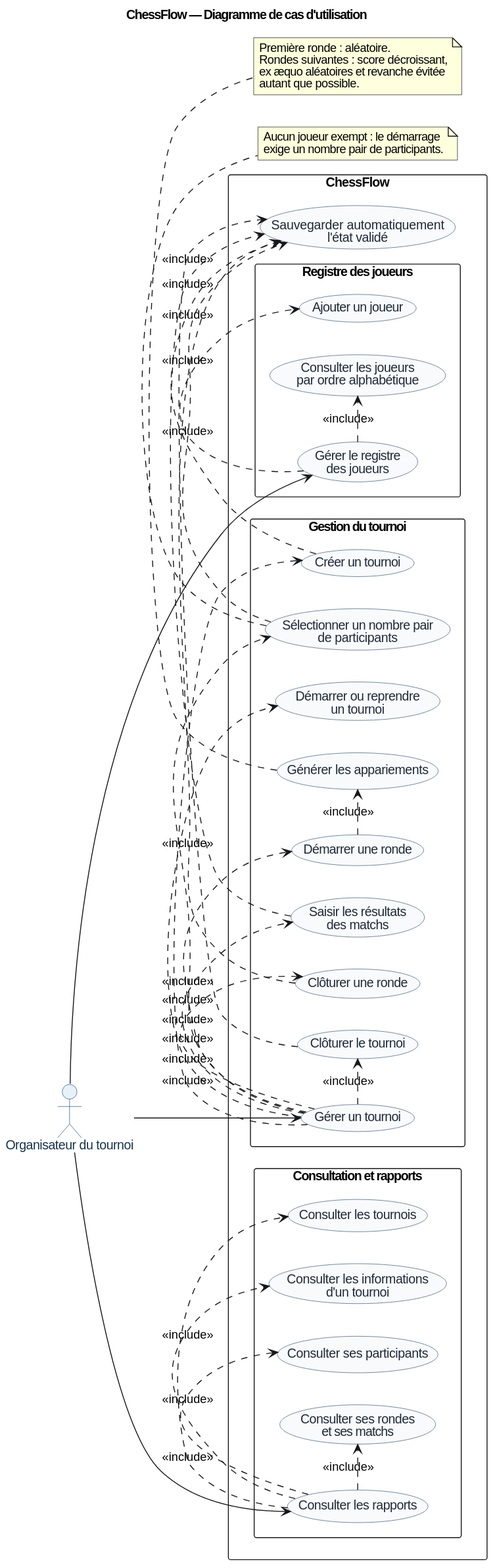
This is documentation/03-conception/diagrammes/exports/cas-utilisation-chessflow.svg from fabienhummel/OC-PY04-chessflow, a PlantUML export, as it was before one commit. Its source is kept beside it as documentation/03-conception/diagrammes/sources/cas-utilisation-chessflow.puml. The source it was exported from:
```plantuml
@startuml
title ChessFlow — Diagramme de cas d'utilisation

left to right direction
skinparam backgroundColor #FFFFFF
skinparam shadowing false
skinparam packageStyle rectangle
skinparam defaultFontName Arial
skinparam actor {
  BackgroundColor #E8F1FA
  BorderColor #24527A
  FontColor #17324D
}
skinparam usecase {
  BackgroundColor #F8FAFC
  BorderColor #3D5A73
  FontColor #1F2937
}

actor "Organisateur du tournoi" as Organizer

rectangle "ChessFlow" {
  package "Registre des joueurs" {
    usecase "Gérer le registre\ndes joueurs" as UC_ManagePlayers
    usecase "Ajouter un joueur" as UC_AddPlayer
    usecase "Consulter les joueurs\npar ordre alphabétique" as UC_ListPlayers
  }

  package "Gestion du tournoi" {
    usecase "Gérer un tournoi" as UC_ManageTournament
    usecase "Créer un tournoi" as UC_CreateTournament
    usecase "Sélectionner un nombre pair\nde participants" as UC_SelectPlayers
    usecase "Démarrer ou reprendre\nun tournoi" as UC_StartResume
    usecase "Démarrer une ronde" as UC_StartRound
    usecase "Générer les appariements" as UC_Pairings
    usecase "Saisir les résultats\ndes matchs" as UC_Results
    usecase "Clôturer une ronde" as UC_CloseRound
    usecase "Clôturer le tournoi" as UC_CloseTournament
  }

  package "Consultation et rapports" {
    usecase "Consulter les rapports" as UC_Reports
    usecase "Consulter les tournois" as UC_ListTournaments
    usecase "Consulter les informations\nd'un tournoi" as UC_TournamentDetails
    usecase "Consulter ses participants" as UC_TournamentPlayers
    usecase "Consulter ses rondes\net ses matchs" as UC_RoundsMatches
  }

  usecase "Sauvegarder automatiquement\nl'état validé" as UC_Save
}

Organizer --> UC_ManagePlayers
Organizer --> UC_ManageTournament
Organizer --> UC_Reports

UC_ManagePlayers .> UC_AddPlayer : <<include>>
UC_ManagePlayers .> UC_ListPlayers : <<include>>
UC_ManageTournament .> UC_CreateTournament : <<include>>
UC_ManageTournament .> UC_SelectPlayers : <<include>>
UC_ManageTournament .> UC_StartResume : <<include>>
UC_ManageTournament .> UC_StartRound : <<include>>
UC_ManageTournament .> UC_Results : <<include>>
UC_ManageTournament .> UC_CloseRound : <<include>>
UC_ManageTournament .> UC_CloseTournament : <<include>>
UC_Reports .> UC_ListTournaments : <<include>>
UC_Reports .> UC_TournamentDetails : <<include>>
UC_Reports .> UC_TournamentPlayers : <<include>>
UC_Reports .> UC_RoundsMatches : <<include>>

UC_StartRound .> UC_Pairings : <<include>>
UC_CreateTournament .> UC_Save : <<include>>
UC_SelectPlayers .> UC_Save : <<include>>
UC_Results .> UC_Save : <<include>>
UC_CloseRound .> UC_Save : <<include>>
UC_CloseTournament .> UC_Save : <<include>>

note bottom of UC_SelectPlayers
  Aucun joueur exempt : le démarrage
  exige un nombre pair de participants.
end note

note bottom of UC_Pairings
  Première ronde : aléatoire.
  Rondes suivantes : score décroissant,
  ex æquo aléatoires et revanche évitée
  autant que possible.
end note
@enduml
```
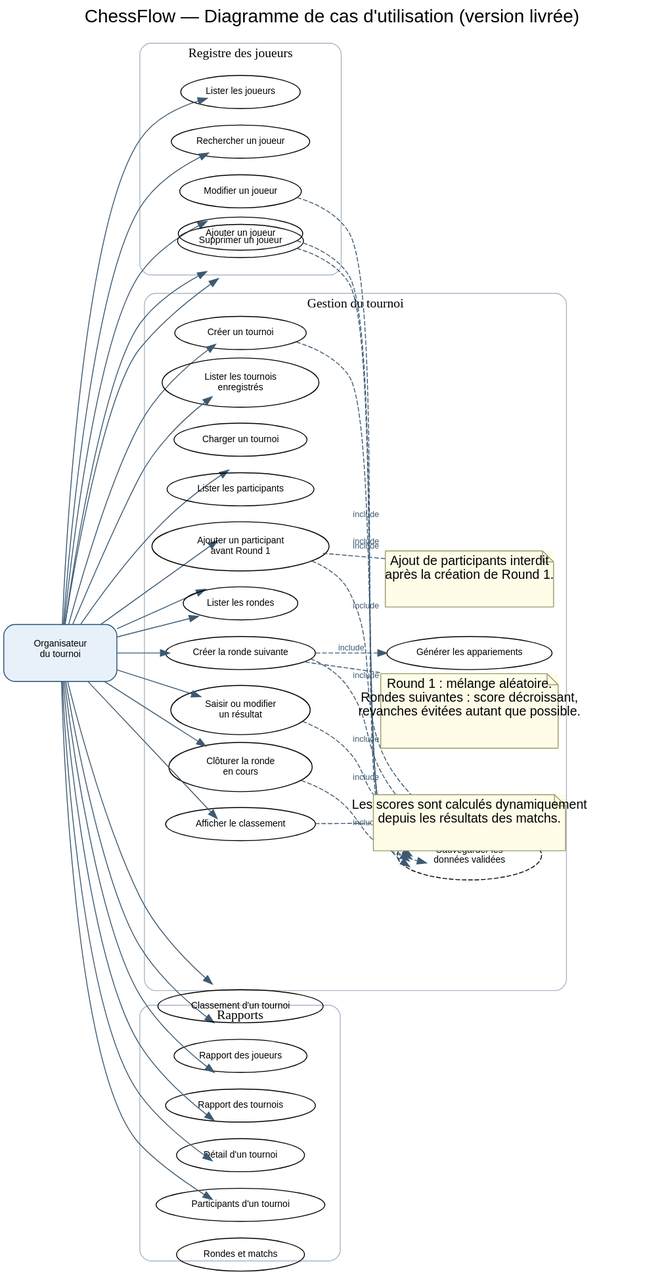
After the change.

What changed in the source:
```diff
@@ -1,5 +1,5 @@
 @startuml
-title ChessFlow — Diagramme de cas d'utilisation
+title ChessFlow — Diagramme de cas d'utilisation (version livrée)
 
 left to right direction
 skinparam backgroundColor #FFFFFF
@@ -21,68 +21,88 @@
 
 rectangle "ChessFlow" {
   package "Registre des joueurs" {
-    usecase "Gérer le registre\ndes joueurs" as UC_ManagePlayers
     usecase "Ajouter un joueur" as UC_AddPlayer
-    usecase "Consulter les joueurs\npar ordre alphabétique" as UC_ListPlayers
+    usecase "Lister les joueurs" as UC_ListPlayers
+    usecase "Rechercher un joueur" as UC_SearchPlayer
+    usecase "Modifier un joueur" as UC_EditPlayer
+    usecase "Supprimer un joueur" as UC_DeletePlayer
   }
 
   package "Gestion du tournoi" {
-    usecase "Gérer un tournoi" as UC_ManageTournament
     usecase "Créer un tournoi" as UC_CreateTournament
-    usecase "Sélectionner un nombre pair\nde participants" as UC_SelectPlayers
-    usecase "Démarrer ou reprendre\nun tournoi" as UC_StartResume
-    usecase "Démarrer une ronde" as UC_StartRound
+    usecase "Lister les tournois\nenregistrés" as UC_ListTournamentFiles
+    usecase "Charger un tournoi" as UC_LoadTournament
+    usecase "Lister les participants" as UC_ListTournamentPlayers
+    usecase "Ajouter un participant\navant Round 1" as UC_AddTournamentPlayer
+    usecase "Lister les rondes" as UC_ListRounds
+    usecase "Créer la ronde suivante" as UC_CreateRound
     usecase "Générer les appariements" as UC_Pairings
-    usecase "Saisir les résultats\ndes matchs" as UC_Results
-    usecase "Clôturer une ronde" as UC_CloseRound
-    usecase "Clôturer le tournoi" as UC_CloseTournament
+    usecase "Saisir ou modifier\nun résultat" as UC_Results
+    usecase "Clôturer la ronde\nen cours" as UC_CloseRound
+    usecase "Afficher le classement" as UC_Ranking
   }
 
-  package "Consultation et rapports" {
-    usecase "Consulter les rapports" as UC_Reports
-    usecase "Consulter les tournois" as UC_ListTournaments
-    usecase "Consulter les informations\nd'un tournoi" as UC_TournamentDetails
-    usecase "Consulter ses participants" as UC_TournamentPlayers
-    usecase "Consulter ses rondes\net ses matchs" as UC_RoundsMatches
+  package "Rapports" {
+    usecase "Rapport des joueurs" as UC_ReportPlayers
+    usecase "Rapport des tournois" as UC_ReportTournaments
+    usecase "Détail d'un tournoi" as UC_ReportDetails
+    usecase "Participants d'un tournoi" as UC_ReportTournamentPlayers
+    usecase "Rondes et matchs" as UC_ReportRounds
+    usecase "Classement d'un tournoi" as UC_ReportRanking
   }
 
-  usecase "Sauvegarder automatiquement\nl'état validé" as UC_Save
+  usecase "Sauvegarder les\ndonnées validées" as UC_Save
 }
 
-Organizer --> UC_ManagePlayers
-Organizer --> UC_ManageTournament
-Organizer --> UC_Reports
+Organizer --> UC_AddPlayer
+Organizer --> UC_ListPlayers
+Organizer --> UC_SearchPlayer
+Organizer --> UC_EditPlayer
+Organizer --> UC_DeletePlayer
 
-UC_ManagePlayers .> UC_AddPlayer : <<include>>
-UC_ManagePlayers .> UC_ListPlayers : <<include>>
-UC_ManageTournament .> UC_CreateTournament : <<include>>
-UC_ManageTournament .> UC_SelectPlayers : <<include>>
-UC_ManageTournament .> UC_StartResume : <<include>>
-UC_ManageTournament .> UC_StartRound : <<include>>
-UC_ManageTournament .> UC_Results : <<include>>
-UC_ManageTournament .> UC_CloseRound : <<include>>
-UC_ManageTournament .> UC_CloseTournament : <<include>>
-UC_Reports .> UC_ListTournaments : <<include>>
-UC_Reports .> UC_TournamentDetails : <<include>>
-UC_Reports .> UC_TournamentPlayers : <<include>>
-UC_Reports .> UC_RoundsMatches : <<include>>
+Organizer --> UC_CreateTournament
+Organizer --> UC_ListTournamentFiles
+Organizer --> UC_LoadTournament
+Organizer --> UC_ListTournamentPlayers
+Organizer --> UC_AddTournamentPlayer
+Organizer --> UC_ListRounds
+Organizer --> UC_CreateRound
+Organizer --> UC_Results
+Organizer --> UC_CloseRound
+Organizer --> UC_Ranking
 
-UC_StartRound .> UC_Pairings : <<include>>
+Organizer --> UC_ReportPlayers
+Organizer --> UC_ReportTournaments
+Organizer --> UC_ReportDetails
+Organizer --> UC_ReportTournamentPlayers
+Organizer --> UC_ReportRounds
+Organizer --> UC_ReportRanking
+
+UC_CreateRound .> UC_Pairings : <<include>>
+
+UC_AddPlayer .> UC_Save : <<include>>
+UC_EditPlayer .> UC_Save : <<include>>
+UC_DeletePlayer .> UC_Save : <<include>>
 UC_CreateTournament .> UC_Save : <<include>>
-UC_SelectPlayers .> UC_Save : <<include>>
+UC_AddTournamentPlayer .> UC_Save : <<include>>
+UC_CreateRound .> UC_Save : <<include>>
 UC_Results .> UC_Save : <<include>>
 UC_CloseRound .> UC_Save : <<include>>
-UC_CloseTournament .> UC_Save : <<include>>
 
-note bottom of UC_SelectPlayers
-  Aucun joueur exempt : le démarrage
-  exige un nombre pair de participants.
+note bottom of UC_AddTournamentPlayer
+  L'ajout de participants est interdit
+  après la création de Round 1.
 end note
 
-note bottom of UC_Pairings
-  Première ronde : aléatoire.
+note bottom of UC_CreateRound
+  Nombre de participants pair.
+  Première ronde : mélange aléatoire.
   Rondes suivantes : score décroissant,
-  ex æquo aléatoires et revanche évitée
-  autant que possible.
+  revanche évitée autant que possible.
+end note
+
+note bottom of UC_Ranking
+  Les scores sont calculés dynamiquement
+  depuis les résultats des matchs.
 end note
 @enduml
```
